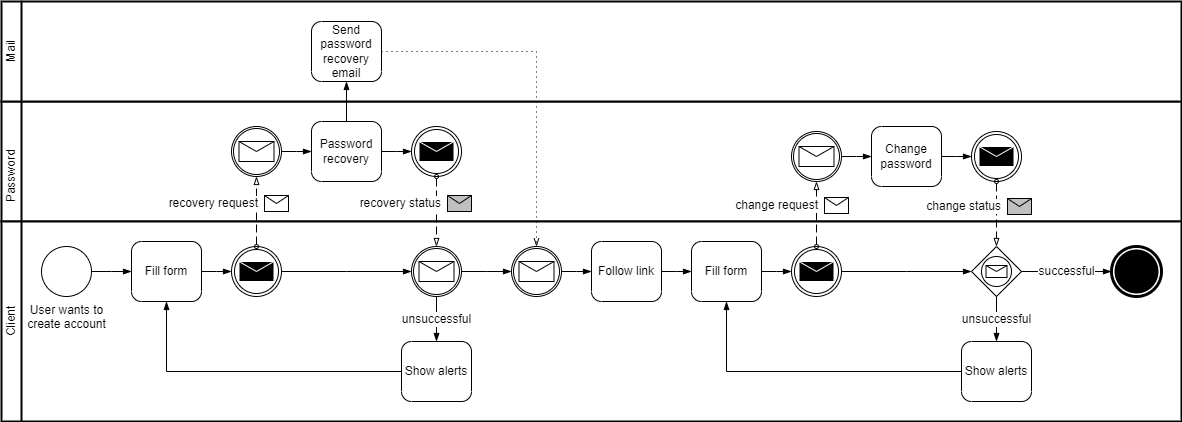
The draw.io diagram .gitbook/assets/reset_password_bpmn.drawio.png in Bernardo-MG/development-docs-architecture, before a commit. Source tidied: cells renumbered, new cells last; positions are measured from the earlier drawing's top-left corner, leaving out a move shared by most shapes.
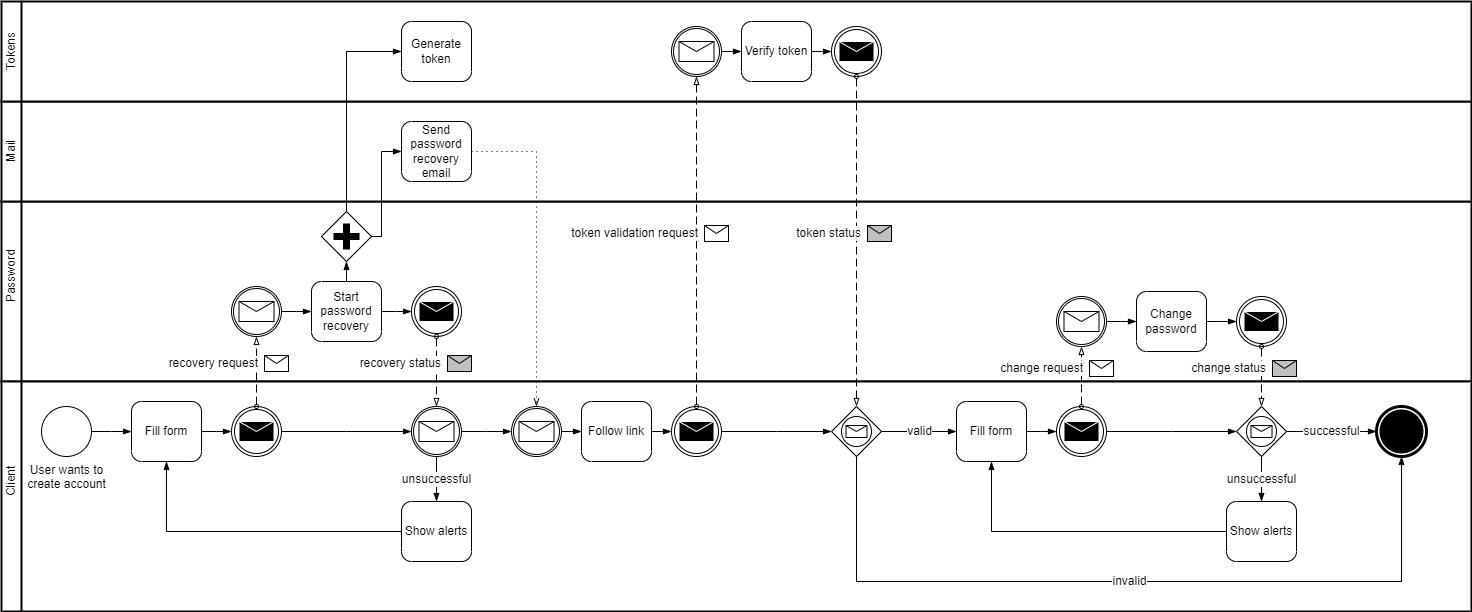
After the commit.

Commit message:
GitBook: [#48] No subject

Change to the diagram source:
```diff
@@ -3,21 +3,21 @@
     <mxCell id="0" />
     <mxCell id="1" parent="0" />
     <mxCell id="2" style="swimlane;html=1;startSize=20;fontStyle=0;horizontal=0;swimlaneLine=1;swimlaneFillColor=#ffffff;strokeWidth=2;whiteSpace=wrap;" parent="1" vertex="1">
-      <mxGeometry y="100" width="1180" height="120" as="geometry" />
+      <mxGeometry y="100" width="1470" height="180" as="geometry" />
     </mxCell>
     <object id="3" label="Password" name="Variable" placeholders="1">
       <mxCell style="text;html=1;strokeColor=none;fillColor=none;align=center;verticalAlign=middle;whiteSpace=wrap;overflow=hidden;horizontal=0;" parent="2" vertex="1">
         <mxGeometry y="10" width="20" height="130" as="geometry" />
       </mxCell>
     </object>
-    <mxCell id="4" value="Password recovery" style="points=[[0.25,0,0],[0.5,0,0],[0.75,0,0],[1,0.25,0],[1,0.5,0],[1,0.75,0],[0.75,1,0],[0.5,1,0],[0.25,1,0],[0,0.75,0],[0,0.5,0],[0,0.25,0]];shape=mxgraph.bpmn.task;whiteSpace=wrap;rectStyle=rounded;size=10;html=1;taskMarker=abstract;" parent="2" vertex="1">
-      <mxGeometry x="310" y="20" width="70" height="60" as="geometry" />
+    <mxCell id="4" value="Start password recovery" style="points=[[0.25,0,0],[0.5,0,0],[0.75,0,0],[1,0.25,0],[1,0.5,0],[1,0.75,0],[0.75,1,0],[0.5,1,0],[0.25,1,0],[0,0.75,0],[0,0.5,0],[0,0.25,0]];shape=mxgraph.bpmn.task;whiteSpace=wrap;rectStyle=rounded;size=10;html=1;taskMarker=abstract;" parent="2" vertex="1">
+      <mxGeometry x="310" y="80" width="70" height="60" as="geometry" />
     </mxCell>
     <mxCell id="5" style="points=[[0.145,0.145,0],[0.5,0,0],[0.855,0.145,0],[1,0.5,0],[0.855,0.855,0],[0.5,1,0],[0.145,0.855,0],[0,0.5,0]];shape=mxgraph.bpmn.event;html=1;verticalLabelPosition=bottom;labelBackgroundColor=#ffffff;verticalAlign=top;align=center;perimeter=ellipsePerimeter;outlineConnect=0;outline=throwing;symbol=message;" parent="2" vertex="1">
-      <mxGeometry x="410" y="25" width="50" height="50" as="geometry" />
+      <mxGeometry x="410" y="85" width="50" height="50" as="geometry" />
     </mxCell>
     <mxCell id="6" style="points=[[0.145,0.145,0],[0.5,0,0],[0.855,0.145,0],[1,0.5,0],[0.855,0.855,0],[0.5,1,0],[0.145,0.855,0],[0,0.5,0]];shape=mxgraph.bpmn.event;html=1;verticalLabelPosition=bottom;labelBackgroundColor=#ffffff;verticalAlign=top;align=center;perimeter=ellipsePerimeter;outlineConnect=0;outline=catching;symbol=message;" parent="2" vertex="1">
-      <mxGeometry x="230" y="25" width="50" height="50" as="geometry" />
+      <mxGeometry x="230" y="85" width="50" height="50" as="geometry" />
     </mxCell>
     <mxCell id="7" style="edgeStyle=elbowEdgeStyle;fontSize=12;html=1;endArrow=blockThin;endFill=1;rounded=0;exitX=1;exitY=0.5;exitDx=0;exitDy=0;exitPerimeter=0;entryX=0;entryY=0.5;entryDx=0;entryDy=0;entryPerimeter=0;" parent="2" edge="1" source="6" target="4">
       <mxGeometry relative="1" as="geometry" />
@@ -26,13 +26,13 @@
       <mxGeometry relative="1" as="geometry" />
     </mxCell>
     <mxCell id="9" value="Change password" style="points=[[0.25,0,0],[0.5,0,0],[0.75,0,0],[1,0.25,0],[1,0.5,0],[1,0.75,0],[0.75,1,0],[0.5,1,0],[0.25,1,0],[0,0.75,0],[0,0.5,0],[0,0.25,0]];shape=mxgraph.bpmn.task;whiteSpace=wrap;rectStyle=rounded;size=10;html=1;taskMarker=abstract;" parent="2" vertex="1">
-      <mxGeometry x="870" y="25" width="70" height="60" as="geometry" />
+      <mxGeometry x="1135" y="90" width="70" height="60" as="geometry" />
     </mxCell>
     <mxCell id="10" style="points=[[0.145,0.145,0],[0.5,0,0],[0.855,0.145,0],[1,0.5,0],[0.855,0.855,0],[0.5,1,0],[0.145,0.855,0],[0,0.5,0]];shape=mxgraph.bpmn.event;html=1;verticalLabelPosition=bottom;labelBackgroundColor=#ffffff;verticalAlign=top;align=center;perimeter=ellipsePerimeter;outlineConnect=0;outline=throwing;symbol=message;" parent="2" vertex="1">
-      <mxGeometry x="970" y="30" width="50" height="50" as="geometry" />
+      <mxGeometry x="1235" y="95" width="50" height="50" as="geometry" />
     </mxCell>
     <mxCell id="11" style="points=[[0.145,0.145,0],[0.5,0,0],[0.855,0.145,0],[1,0.5,0],[0.855,0.855,0],[0.5,1,0],[0.145,0.855,0],[0,0.5,0]];shape=mxgraph.bpmn.event;html=1;verticalLabelPosition=bottom;labelBackgroundColor=#ffffff;verticalAlign=top;align=center;perimeter=ellipsePerimeter;outlineConnect=0;outline=catching;symbol=message;" parent="2" vertex="1">
-      <mxGeometry x="790" y="30" width="50" height="50" as="geometry" />
+      <mxGeometry x="1055" y="95" width="50" height="50" as="geometry" />
     </mxCell>
     <mxCell id="12" style="edgeStyle=elbowEdgeStyle;fontSize=12;html=1;endArrow=blockThin;endFill=1;rounded=0;exitX=1;exitY=0.5;exitDx=0;exitDy=0;exitPerimeter=0;entryX=0;entryY=0.5;entryDx=0;entryDy=0;entryPerimeter=0;" parent="2" edge="1" source="11" target="9">
       <mxGeometry relative="1" as="geometry" />
@@ -40,8 +40,14 @@
     <mxCell id="13" style="edgeStyle=elbowEdgeStyle;fontSize=12;html=1;endArrow=blockThin;endFill=1;rounded=0;exitX=1;exitY=0.5;exitDx=0;exitDy=0;exitPerimeter=0;entryX=0;entryY=0.5;entryDx=0;entryDy=0;entryPerimeter=0;" parent="2" edge="1" source="9" target="10">
       <mxGeometry relative="1" as="geometry" />
     </mxCell>
+    <mxCell id="54" style="points=[[0.25,0.25,0],[0.5,0,0],[0.75,0.25,0],[1,0.5,0],[0.75,0.75,0],[0.5,1,0],[0.25,0.75,0],[0,0.5,0]];shape=mxgraph.bpmn.gateway2;html=1;verticalLabelPosition=bottom;labelBackgroundColor=#ffffff;verticalAlign=top;align=center;perimeter=rhombusPerimeter;outlineConnect=0;outline=none;symbol=none;gwType=parallel;" parent="2" vertex="1">
+      <mxGeometry x="320" y="10" width="50" height="50" as="geometry" />
+    </mxCell>
+    <mxCell id="55" style="edgeStyle=elbowEdgeStyle;fontSize=12;html=1;endArrow=blockThin;endFill=1;rounded=0;exitX=0.5;exitY=0;exitDx=0;exitDy=0;exitPerimeter=0;entryX=0.5;entryY=1;entryDx=0;entryDy=0;entryPerimeter=0;" parent="2" edge="1" source="4" target="54">
+      <mxGeometry relative="1" as="geometry" />
+    </mxCell>
     <mxCell id="14" style="swimlane;html=1;startSize=20;fontStyle=0;horizontal=0;swimlaneLine=1;swimlaneFillColor=#ffffff;strokeWidth=2;whiteSpace=wrap;" parent="1" vertex="1">
-      <mxGeometry y="220" width="1180" height="200" as="geometry" />
+      <mxGeometry y="280" width="1470" height="230" as="geometry" />
     </mxCell>
     <object id="15" label="Client" name="Variable" placeholders="1">
       <mxCell style="text;html=1;strokeColor=none;fillColor=none;align=center;verticalAlign=middle;whiteSpace=wrap;overflow=hidden;horizontal=0;" parent="14" vertex="1">
@@ -67,7 +73,7 @@
       <mxGeometry x="510" y="25" width="50" height="50" as="geometry" />
     </mxCell>
     <mxCell id="22" value="Follow link" style="points=[[0.25,0,0],[0.5,0,0],[0.75,0,0],[1,0.25,0],[1,0.5,0],[1,0.75,0],[0.75,1,0],[0.5,1,0],[0.25,1,0],[0,0.75,0],[0,0.5,0],[0,0.25,0]];shape=mxgraph.bpmn.task;whiteSpace=wrap;rectStyle=rounded;size=10;html=1;taskMarker=abstract;" parent="14" vertex="1">
-      <mxGeometry x="590" y="20" width="70" height="60" as="geometry" />
+      <mxGeometry x="580" y="20" width="70" height="60" as="geometry" />
     </mxCell>
     <mxCell id="23" style="edgeStyle=elbowEdgeStyle;fontSize=12;html=1;endArrow=blockThin;endFill=1;rounded=0;exitX=1;exitY=0.5;exitDx=0;exitDy=0;exitPerimeter=0;entryX=0;entryY=0.5;entryDx=0;entryDy=0;entryPerimeter=0;" parent="14" edge="1" source="21" target="22">
       <mxGeometry relative="1" as="geometry" />
@@ -76,19 +82,19 @@
       <mxGeometry relative="1" as="geometry" />
     </mxCell>
     <mxCell id="25" value="Fill form" style="points=[[0.25,0,0],[0.5,0,0],[0.75,0,0],[1,0.25,0],[1,0.5,0],[1,0.75,0],[0.75,1,0],[0.5,1,0],[0.25,1,0],[0,0.75,0],[0,0.5,0],[0,0.25,0]];shape=mxgraph.bpmn.task;whiteSpace=wrap;rectStyle=rounded;size=10;html=1;taskMarker=abstract;" parent="14" vertex="1">
-      <mxGeometry x="690" y="20" width="70" height="60" as="geometry" />
+      <mxGeometry x="955" y="20" width="70" height="60" as="geometry" />
     </mxCell>
     <mxCell id="26" value="Show alerts" style="points=[[0.25,0,0],[0.5,0,0],[0.75,0,0],[1,0.25,0],[1,0.5,0],[1,0.75,0],[0.75,1,0],[0.5,1,0],[0.25,1,0],[0,0.75,0],[0,0.5,0],[0,0.25,0]];shape=mxgraph.bpmn.task;whiteSpace=wrap;rectStyle=rounded;size=10;html=1;taskMarker=abstract;" parent="14" vertex="1">
-      <mxGeometry x="960" y="120" width="70" height="60" as="geometry" />
+      <mxGeometry x="1225" y="120" width="70" height="60" as="geometry" />
     </mxCell>
     <mxCell id="27" style="points=[[0.145,0.145,0],[0.5,0,0],[0.855,0.145,0],[1,0.5,0],[0.855,0.855,0],[0.5,1,0],[0.145,0.855,0],[0,0.5,0]];shape=mxgraph.bpmn.event;html=1;verticalLabelPosition=bottom;labelBackgroundColor=#ffffff;verticalAlign=top;align=center;perimeter=ellipsePerimeter;outlineConnect=0;outline=throwing;symbol=message;" parent="14" vertex="1">
-      <mxGeometry x="790" y="25" width="50" height="50" as="geometry" />
+      <mxGeometry x="1055" y="25" width="50" height="50" as="geometry" />
     </mxCell>
     <mxCell id="28" style="edgeStyle=elbowEdgeStyle;fontSize=12;html=1;endArrow=blockThin;endFill=1;rounded=0;exitX=1;exitY=0.5;exitDx=0;exitDy=0;exitPerimeter=0;entryX=0;entryY=0.5;entryDx=0;entryDy=0;entryPerimeter=0;" parent="14" edge="1" source="25" target="27">
       <mxGeometry relative="1" as="geometry" />
     </mxCell>
     <mxCell id="29" style="points=[[0.25,0.25,0],[0.5,0,0],[0.75,0.25,0],[1,0.5,0],[0.75,0.75,0],[0.5,1,0],[0.25,0.75,0],[0,0.5,0]];shape=mxgraph.bpmn.gateway2;html=1;verticalLabelPosition=bottom;labelBackgroundColor=#ffffff;verticalAlign=top;align=center;perimeter=rhombusPerimeter;outlineConnect=0;outline=standard;symbol=message;" parent="14" vertex="1">
-      <mxGeometry x="970" y="25" width="50" height="50" as="geometry" />
+      <mxGeometry x="1235" y="25" width="50" height="50" as="geometry" />
     </mxCell>
     <mxCell id="30" value="unsuccessful" style="edgeStyle=elbowEdgeStyle;fontSize=12;html=1;endArrow=blockThin;endFill=1;rounded=0;exitX=0.5;exitY=1;exitDx=0;exitDy=0;exitPerimeter=0;entryX=0.5;entryY=0;entryDx=0;entryDy=0;entryPerimeter=0;" parent="14" edge="1" source="29" target="26">
       <mxGeometry relative="1" as="geometry" />
@@ -96,18 +102,15 @@
     <mxCell id="31" style="edgeStyle=elbowEdgeStyle;fontSize=12;html=1;endArrow=blockThin;endFill=1;rounded=0;exitX=0;exitY=0.5;exitDx=0;exitDy=0;exitPerimeter=0;entryX=0.5;entryY=1;entryDx=0;entryDy=0;entryPerimeter=0;" parent="14" edge="1" source="26" target="25">
       <mxGeometry relative="1" as="geometry">
         <Array as="points">
-          <mxPoint x="725" y="110" />
+          <mxPoint x="990" y="110" />
         </Array>
       </mxGeometry>
     </mxCell>
     <mxCell id="32" style="edgeStyle=elbowEdgeStyle;fontSize=12;html=1;endArrow=blockThin;endFill=1;rounded=0;exitX=1;exitY=0.5;exitDx=0;exitDy=0;exitPerimeter=0;entryX=0;entryY=0.5;entryDx=0;entryDy=0;entryPerimeter=0;" parent="14" edge="1" source="27" target="29">
       <mxGeometry relative="1" as="geometry" />
     </mxCell>
-    <mxCell id="33" style="edgeStyle=elbowEdgeStyle;fontSize=12;html=1;endArrow=blockThin;endFill=1;rounded=0;exitX=1;exitY=0.5;exitDx=0;exitDy=0;exitPerimeter=0;entryX=0;entryY=0.5;entryDx=0;entryDy=0;entryPerimeter=0;" parent="14" edge="1" source="22" target="25">
-      <mxGeometry relative="1" as="geometry" />
-    </mxCell>
     <mxCell id="34" style="points=[[0.145,0.145,0],[0.5,0,0],[0.855,0.145,0],[1,0.5,0],[0.855,0.855,0],[0.5,1,0],[0.145,0.855,0],[0,0.5,0]];shape=mxgraph.bpmn.event;html=1;verticalLabelPosition=bottom;labelBackgroundColor=#ffffff;verticalAlign=top;align=center;perimeter=ellipsePerimeter;outlineConnect=0;outline=end;symbol=terminate;" parent="14" vertex="1">
-      <mxGeometry x="1110" y="25" width="50" height="50" as="geometry" />
+      <mxGeometry x="1375" y="25" width="50" height="50" as="geometry" />
     </mxCell>
     <mxCell id="35" value="successful" style="edgeStyle=elbowEdgeStyle;fontSize=12;html=1;endArrow=blockThin;endFill=1;rounded=0;exitX=1;exitY=0.5;exitDx=0;exitDy=0;exitPerimeter=0;entryX=0;entryY=0.5;entryDx=0;entryDy=0;entryPerimeter=0;" parent="14" edge="1" source="29" target="34">
       <mxGeometry relative="1" as="geometry" />
@@ -132,8 +135,27 @@
         </Array>
       </mxGeometry>
     </mxCell>
+    <mxCell id="56" style="points=[[0.145,0.145,0],[0.5,0,0],[0.855,0.145,0],[1,0.5,0],[0.855,0.855,0],[0.5,1,0],[0.145,0.855,0],[0,0.5,0]];shape=mxgraph.bpmn.event;html=1;verticalLabelPosition=bottom;labelBackgroundColor=#ffffff;verticalAlign=top;align=center;perimeter=ellipsePerimeter;outlineConnect=0;outline=throwing;symbol=message;" parent="14" vertex="1">
+      <mxGeometry x="670" y="25" width="50" height="50" as="geometry" />
+    </mxCell>
+    <mxCell id="57" style="points=[[0.25,0.25,0],[0.5,0,0],[0.75,0.25,0],[1,0.5,0],[0.75,0.75,0],[0.5,1,0],[0.25,0.75,0],[0,0.5,0]];shape=mxgraph.bpmn.gateway2;html=1;verticalLabelPosition=bottom;labelBackgroundColor=#ffffff;verticalAlign=top;align=center;perimeter=rhombusPerimeter;outlineConnect=0;outline=standard;symbol=message;" parent="14" vertex="1">
+      <mxGeometry x="830" y="25" width="50" height="50" as="geometry" />
+    </mxCell>
+    <mxCell id="58" value="valid" style="edgeStyle=elbowEdgeStyle;fontSize=12;html=1;endArrow=blockThin;endFill=1;rounded=0;exitX=1;exitY=0.5;exitDx=0;exitDy=0;exitPerimeter=0;entryX=0;entryY=0.5;entryDx=0;entryDy=0;entryPerimeter=0;" parent="14" edge="1" source="57" target="25">
+      <mxGeometry relative="1" as="geometry" />
+    </mxCell>
+    <mxCell id="59" style="edgeStyle=elbowEdgeStyle;fontSize=12;html=1;endArrow=blockThin;endFill=1;rounded=0;exitX=1;exitY=0.5;exitDx=0;exitDy=0;exitPerimeter=0;entryX=0;entryY=0.5;entryDx=0;entryDy=0;entryPerimeter=0;" parent="14" edge="1" source="56" target="57">
+      <mxGeometry relative="1" as="geometry" />
+    </mxCell>
+    <mxCell id="60" value="invalid" style="edgeStyle=elbowEdgeStyle;fontSize=12;html=1;endArrow=blockThin;endFill=1;rounded=0;exitX=0.5;exitY=1;exitDx=0;exitDy=0;exitPerimeter=0;entryX=0.5;entryY=1;entryDx=0;entryDy=0;entryPerimeter=0;" parent="14" edge="1" source="57" target="34">
+      <mxGeometry relative="1" as="geometry">
+        <Array as="points">
+          <mxPoint x="1170" y="200" />
+        </Array>
+      </mxGeometry>
+    </mxCell>
     <mxCell id="41" style="swimlane;html=1;startSize=20;fontStyle=0;horizontal=0;swimlaneLine=1;swimlaneFillColor=#ffffff;strokeWidth=2;whiteSpace=wrap;" parent="1" vertex="1">
-      <mxGeometry width="1180" height="100" as="geometry" />
+      <mxGeometry width="1470" height="100" as="geometry" />
     </mxCell>
     <object id="42" label="Mail" name="Variable" placeholders="1">
       <mxCell style="text;html=1;strokeColor=none;fillColor=none;align=center;verticalAlign=middle;whiteSpace=wrap;overflow=hidden;horizontal=0;" parent="41" vertex="1">
@@ -141,7 +163,7 @@
       </mxCell>
     </object>
     <mxCell id="43" value="Send password recovery email" style="points=[[0.25,0,0],[0.5,0,0],[0.75,0,0],[1,0.25,0],[1,0.5,0],[1,0.75,0],[0.75,1,0],[0.5,1,0],[0.25,1,0],[0,0.75,0],[0,0.5,0],[0,0.25,0]];shape=mxgraph.bpmn.task;whiteSpace=wrap;rectStyle=rounded;size=10;html=1;taskMarker=abstract;" parent="41" vertex="1">
-      <mxGeometry x="310" y="20" width="70" height="60" as="geometry" />
+      <mxGeometry x="400" y="20" width="70" height="60" as="geometry" />
     </mxCell>
     <mxCell id="44" style="endArrow=blockThin;html=1;labelPosition=left;verticalLabelPosition=middle;align=right;verticalAlign=middle;dashed=1;dashPattern=8 4;endFill=0;startArrow=oval;startFill=0;endSize=6;startSize=4;rounded=0;exitX=0.5;exitY=1;exitDx=0;exitDy=0;exitPerimeter=0;entryX=0.5;entryY=0;entryDx=0;entryDy=0;entryPerimeter=0;" parent="1" edge="1" source="5" target="36">
       <mxGeometry relative="1" as="geometry" />
@@ -162,10 +184,10 @@
     <mxCell id="48" style="edgeStyle=elbowEdgeStyle;fontSize=12;html=1;endFill=0;startFill=0;endSize=6;startSize=6;dashed=1;dashPattern=1 4;endArrow=openThin;startArrow=none;rounded=0;exitX=1;exitY=0.5;exitDx=0;exitDy=0;exitPerimeter=0;entryX=0.5;entryY=0;entryDx=0;entryDy=0;entryPerimeter=0;" parent="1" edge="1" source="43" target="21">
       <mxGeometry relative="1" as="geometry">
         <Array as="points">
-          <mxPoint x="535" y="100" />
-          <mxPoint x="575" y="140" />
-          <mxPoint x="570" y="140" />
-          <mxPoint x="685" y="140" />
+          <mxPoint x="535" y="160" />
+          <mxPoint x="575" y="200" />
+          <mxPoint x="570" y="200" />
+          <mxPoint x="685" y="200" />
         </Array>
       </mxGeometry>
     </mxCell>
@@ -185,8 +207,69 @@
         <mxPoint x="8" y="-16" as="offset" />
       </mxGeometry>
     </mxCell>
-    <mxCell id="53" style="edgeStyle=elbowEdgeStyle;fontSize=12;html=1;endArrow=blockThin;endFill=1;rounded=0;exitX=0.5;exitY=0;exitDx=0;exitDy=0;exitPerimeter=0;entryX=0.5;entryY=1;entryDx=0;entryDy=0;entryPerimeter=0;" parent="1" edge="1" source="4" target="43">
-      <mxGeometry relative="1" as="geometry" />
+    <mxCell id="53" style="edgeStyle=elbowEdgeStyle;fontSize=12;html=1;endArrow=blockThin;endFill=1;rounded=0;entryX=0;entryY=0.5;entryDx=0;entryDy=0;entryPerimeter=0;exitX=1;exitY=0.5;exitDx=0;exitDy=0;exitPerimeter=0;" parent="1" edge="1" source="54" target="43">
+      <mxGeometry relative="1" as="geometry">
+        <Array as="points">
+          <mxPoint x="380" y="80" />
+          <mxPoint x="345" y="150" />
+        </Array>
+      </mxGeometry>
     </mxCell>
+    <mxCell id="61" style="swimlane;html=1;startSize=20;fontStyle=0;horizontal=0;swimlaneLine=1;swimlaneFillColor=#ffffff;strokeWidth=2;whiteSpace=wrap;" parent="1" vertex="1">
+      <mxGeometry y="-100" width="1470" height="100" as="geometry" />
+    </mxCell>
+    <object id="62" label="Tokens" name="Variable" placeholders="1">
+      <mxCell style="text;html=1;strokeColor=none;fillColor=none;align=center;verticalAlign=middle;whiteSpace=wrap;overflow=hidden;horizontal=0;" parent="61" vertex="1">
+        <mxGeometry y="10" width="20" height="80" as="geometry" />
+      </mxCell>
+    </object>
+    <mxCell id="63" value="Verify token" style="points=[[0.25,0,0],[0.5,0,0],[0.75,0,0],[1,0.25,0],[1,0.5,0],[1,0.75,0],[0.75,1,0],[0.5,1,0],[0.25,1,0],[0,0.75,0],[0,0.5,0],[0,0.25,0]];shape=mxgraph.bpmn.task;whiteSpace=wrap;rectStyle=rounded;size=10;html=1;taskMarker=abstract;" parent="61" vertex="1">
+      <mxGeometry x="740" y="20" width="70" height="60" as="geometry" />
+    </mxCell>
+    <mxCell id="64" value="Generate token" style="points=[[0.25,0,0],[0.5,0,0],[0.75,0,0],[1,0.25,0],[1,0.5,0],[1,0.75,0],[0.75,1,0],[0.5,1,0],[0.25,1,0],[0,0.75,0],[0,0.5,0],[0,0.25,0]];shape=mxgraph.bpmn.task;whiteSpace=wrap;rectStyle=rounded;size=10;html=1;taskMarker=abstract;" parent="61" vertex="1">
+      <mxGeometry x="400" y="20" width="70" height="60" as="geometry" />
+    </mxCell>
+    <mxCell id="65" style="points=[[0.145,0.145,0],[0.5,0,0],[0.855,0.145,0],[1,0.5,0],[0.855,0.855,0],[0.5,1,0],[0.145,0.855,0],[0,0.5,0]];shape=mxgraph.bpmn.event;html=1;verticalLabelPosition=bottom;labelBackgroundColor=#ffffff;verticalAlign=top;align=center;perimeter=ellipsePerimeter;outlineConnect=0;outline=catching;symbol=message;" parent="61" vertex="1">
+      <mxGeometry x="670" y="25" width="50" height="50" as="geometry" />
+    </mxCell>
+    <mxCell id="66" style="points=[[0.145,0.145,0],[0.5,0,0],[0.855,0.145,0],[1,0.5,0],[0.855,0.855,0],[0.5,1,0],[0.145,0.855,0],[0,0.5,0]];shape=mxgraph.bpmn.event;html=1;verticalLabelPosition=bottom;labelBackgroundColor=#ffffff;verticalAlign=top;align=center;perimeter=ellipsePerimeter;outlineConnect=0;outline=throwing;symbol=message;" parent="61" vertex="1">
+      <mxGeometry x="830" y="25" width="50" height="50" as="geometry" />
+    </mxCell>
+    <mxCell id="67" style="edgeStyle=elbowEdgeStyle;fontSize=12;html=1;endArrow=blockThin;endFill=1;rounded=0;entryX=0;entryY=0.5;entryDx=0;entryDy=0;entryPerimeter=0;exitX=1;exitY=0.5;exitDx=0;exitDy=0;exitPerimeter=0;" parent="61" edge="1" source="65" target="63">
+      <mxGeometry relative="1" as="geometry" />
+    </mxCell>
+    <mxCell id="68" style="edgeStyle=elbowEdgeStyle;fontSize=12;html=1;endArrow=blockThin;endFill=1;rounded=0;entryX=0;entryY=0.5;entryDx=0;entryDy=0;entryPerimeter=0;exitX=1;exitY=0.5;exitDx=0;exitDy=0;exitPerimeter=0;" parent="61" edge="1" source="63" target="66">
+      <mxGeometry relative="1" as="geometry" />
+    </mxCell>
+    <mxCell id="69" style="edgeStyle=elbowEdgeStyle;fontSize=12;html=1;endArrow=blockThin;endFill=1;rounded=0;entryX=0;entryY=0.5;entryDx=0;entryDy=0;entryPerimeter=0;exitX=0.5;exitY=0;exitDx=0;exitDy=0;exitPerimeter=0;" parent="1" edge="1" source="54" target="64">
+      <mxGeometry relative="1" as="geometry">
+        <Array as="points">
+          <mxPoint x="345" y="70" />
+          <mxPoint x="390" y="90" />
+          <mxPoint x="355" y="160" />
+        </Array>
+      </mxGeometry>
+    </mxCell>
+    <mxCell id="70" style="edgeStyle=elbowEdgeStyle;fontSize=12;html=1;endArrow=blockThin;endFill=1;rounded=0;entryX=0;entryY=0.5;entryDx=0;entryDy=0;entryPerimeter=0;" parent="1" edge="1" target="56">
+      <mxGeometry relative="1" as="geometry">
+        <mxPoint x="650" y="330" as="sourcePoint" />
+      </mxGeometry>
+    </mxCell>
+    <mxCell id="71" style="endArrow=blockThin;html=1;labelPosition=left;verticalLabelPosition=middle;align=right;verticalAlign=middle;dashed=1;dashPattern=8 4;endFill=0;startArrow=oval;startFill=0;endSize=6;startSize=4;rounded=0;entryX=0.5;entryY=1;entryDx=0;entryDy=0;entryPerimeter=0;" parent="1" edge="1" source="56" target="65">
+      <mxGeometry relative="1" as="geometry" />
+    </mxCell>
+    <mxCell id="72" value="token validation request" style="shape=message;html=1;labelPosition=left;verticalLabelPosition=middle;align=right;verticalAlign=middle;spacingRight=5;labelBackgroundColor=#ffffff;" parent="71" vertex="1">
+      <mxGeometry width="24" height="16" relative="1" as="geometry">
+        <mxPoint x="8" y="-16" as="offset" />
+      </mxGeometry>
+    </mxCell>
+    <mxCell id="73" style="endArrow=blockThin;html=1;labelPosition=left;verticalLabelPosition=middle;align=right;verticalAlign=middle;dashed=1;dashPattern=8 4;endFill=0;startArrow=oval;startFill=0;endSize=6;startSize=4;rounded=0;entryX=0.5;entryY=0;entryDx=0;entryDy=0;entryPerimeter=0;exitX=0.5;exitY=1;exitDx=0;exitDy=0;exitPerimeter=0;" parent="1" edge="1" source="66" target="57">
+      <mxGeometry relative="1" as="geometry" />
+    </mxCell>
+    <mxCell id="74" value="token status" style="shape=message;html=1;labelPosition=left;verticalLabelPosition=middle;align=right;verticalAlign=middle;spacingRight=5;labelBackgroundColor=#ffffff;fillColor=#C0C0C0;" parent="73" vertex="1">
+      <mxGeometry width="24" height="16" relative="1" as="geometry">
+        <mxPoint x="11" y="-16" as="offset" />
+      </mxGeometry>
+    </mxCell>
   </root>
 </mxGraphModel>
```
